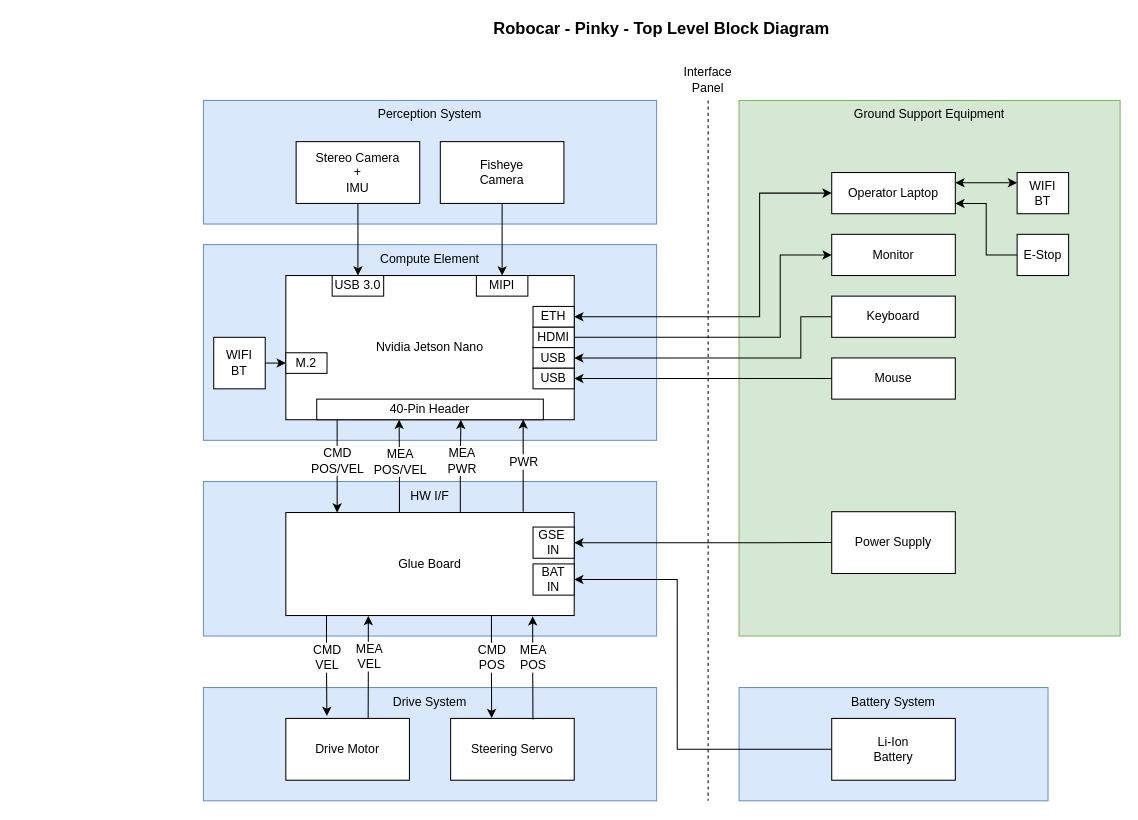
Above: Design/System Block Diagram/Pinky - Top Level.drawio.xml in arkorobotics/robocar-pinky (draw.io), before the change. Source tidied: cells renumbered, new cells numbered last; positions are measured from the earlier drawing's top-left corner, leaving out a move shared by most shapes. Both pictures are drawn from the tidied source at 103%, with x=0, y=0 at pixel (203, 18).
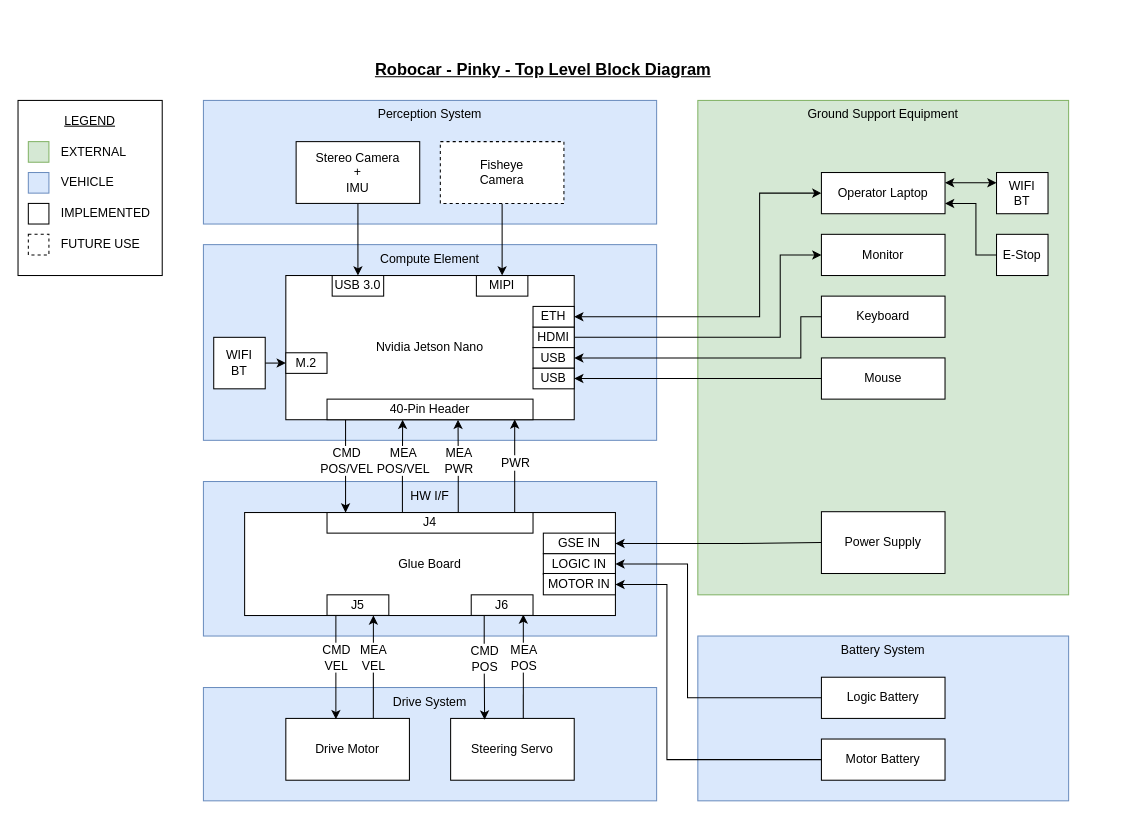
Above is the later version.

The change refers to these unchanged cells:
```xml
<mxCell id="17" value="Drive Motor" style="rounded=0;whiteSpace=wrap;html=1;align=center;" parent="1" vertex="1">
  <mxGeometry x="80" y="680" width="120" height="60" as="geometry" />
</mxCell>
<mxCell id="18" value="Steering Servo" style="rounded=0;whiteSpace=wrap;html=1;align=center;" parent="1" vertex="1">
  <mxGeometry x="240" y="680" width="120" height="60" as="geometry" />
</mxCell>
```

What changed in the source:
```diff
@@
+    <mxCell id="63" style="rounded=0;whiteSpace=wrap;html=1;align=center;" parent="1" vertex="1">
+      <mxGeometry x="-180" y="80" width="140" height="170" as="geometry" />
+    </mxCell>
@@
     <mxCell id="6" value="Ground Support Equipment" style="rounded=0;whiteSpace=wrap;html=1;fillColor=#d5e8d4;strokeColor=#82b366;verticalAlign=top;" parent="1" vertex="1">
-      <mxGeometry x="520" y="80" width="370" height="520" as="geometry" />
+      <mxGeometry x="480" y="80" width="360" height="480" as="geometry" />
     </mxCell>
@@
-    <mxCell id="10" value="Fisheye&lt;br&gt;Camera" style="rounded=0;whiteSpace=wrap;html=1;align=center;" parent="1" vertex="1">
+    <mxCell id="10" value="Fisheye&lt;br&gt;Camera" style="rounded=0;whiteSpace=wrap;html=1;align=center;dashed=1;" parent="1" vertex="1">
       <mxGeometry x="230" y="120" width="120" height="60" as="geometry" />
     </mxCell>
-    <mxCell id="11" style="edgeStyle=orthogonalEdgeStyle;rounded=0;jettySize=auto;html=1;exitX=0.09;exitY=0.99;exitDx=0;exitDy=0;entryX=0.178;entryY=0.001;entryDx=0;entryDy=0;exitPerimeter=0;entryPerimeter=0;" parent="1" edge="1" source="33" target="16">
+    <mxCell id="11" style="edgeStyle=orthogonalEdgeStyle;rounded=0;jettySize=auto;html=1;exitX=0.09;exitY=0.99;exitDx=0;exitDy=0;entryX=0.09;entryY=0.005;entryDx=0;entryDy=0;exitPerimeter=0;entryPerimeter=0;" parent="1" edge="1" source="33" target="66">
       <mxGeometry relative="1" as="geometry" />
     </mxCell>
@@
-    <mxCell id="14" style="edgeStyle=orthogonalEdgeStyle;rounded=0;jettySize=auto;html=1;exitX=0.394;exitY=0.003;exitDx=0;exitDy=0;exitPerimeter=0;" parent="1" edge="1" source="16">
-      <mxGeometry relative="1" as="geometry">
-        <mxPoint x="190" y="390" as="targetPoint" />
-      </mxGeometry>
+    <mxCell id="14" style="edgeStyle=orthogonalEdgeStyle;rounded=0;jettySize=auto;html=1;exitX=0.366;exitY=-0.02;exitDx=0;exitDy=0;exitPerimeter=0;entryX=0.367;entryY=1;entryDx=0;entryDy=0;entryPerimeter=0;" parent="1" edge="1" source="66" target="33">
+      <mxGeometry relative="1" as="geometry" />
     </mxCell>
@@
     <mxCell id="16" value="Glue Board" style="rounded=0;whiteSpace=wrap;html=1;align=center;" parent="1" vertex="1">
-      <mxGeometry x="80" y="480.1" width="280" height="100" as="geometry" />
+      <mxGeometry x="40" y="480.1" width="360" height="100" as="geometry" />
     </mxCell>
@@
-    <mxCell id="19" style="edgeStyle=orthogonalEdgeStyle;rounded=0;jettySize=auto;html=1;entryX=0.332;entryY=-0.005;entryDx=0;entryDy=0;startArrow=none;startFill=0;entryPerimeter=0;exitX=0.713;exitY=0.996;exitDx=0;exitDy=0;exitPerimeter=0;" parent="1" edge="1" source="16" target="18">
+    <mxCell id="19" style="edgeStyle=orthogonalEdgeStyle;rounded=0;jettySize=auto;html=1;entryX=0.275;entryY=0.02;entryDx=0;entryDy=0;startArrow=none;startFill=0;entryPerimeter=0;exitX=0.21;exitY=1;exitDx=0;exitDy=0;exitPerimeter=0;" parent="1" edge="1" source="68" target="18">
       <mxGeometry relative="1" as="geometry" />
     </mxCell>
@@
-    <mxCell id="21" style="edgeStyle=orthogonalEdgeStyle;rounded=0;jettySize=auto;html=1;exitX=0.856;exitY=1.007;exitDx=0;exitDy=0;entryX=0.666;entryY=0.018;entryDx=0;entryDy=0;startArrow=classic;startFill=1;exitPerimeter=0;endArrow=none;endFill=0;entryPerimeter=0;" parent="1" edge="1" source="16" target="18">
+    <mxCell id="21" style="edgeStyle=orthogonalEdgeStyle;rounded=0;jettySize=auto;html=1;exitX=0.843;exitY=0.96;exitDx=0;exitDy=0;entryX=0.588;entryY=0;entryDx=0;entryDy=0;startArrow=classic;startFill=1;endArrow=none;endFill=0;entryPerimeter=0;exitPerimeter=0;" parent="1" edge="1" source="68" target="18">
       <mxGeometry relative="1" as="geometry" />
     </mxCell>
     <mxCell id="22" value="MEA&lt;br&gt;POS" style="text;html=1;align=center;verticalAlign=middle;labelBackgroundColor=#ffffff;" parent="21" vertex="1">
       <mxGeometry x="-0.25" y="2" relative="1" as="geometry">
-        <mxPoint x="-2" y="1.8" as="offset" />
+        <mxPoint x="-2" y="3.2" as="offset" />
       </mxGeometry>
     </mxCell>
-    <mxCell id="23" style="edgeStyle=orthogonalEdgeStyle;rounded=0;jettySize=auto;html=1;entryX=0.332;entryY=-0.04;entryDx=0;entryDy=0;startArrow=none;startFill=0;entryPerimeter=0;exitX=0.141;exitY=0.998;exitDx=0;exitDy=0;exitPerimeter=0;" parent="1" edge="1" source="16" target="17">
+    <mxCell id="23" style="edgeStyle=orthogonalEdgeStyle;rounded=0;jettySize=auto;html=1;entryX=0.405;entryY=0.013;entryDx=0;entryDy=0;startArrow=none;startFill=0;entryPerimeter=0;exitX=0.143;exitY=0.96;exitDx=0;exitDy=0;exitPerimeter=0;" parent="1" edge="1" source="67" target="17">
       <mxGeometry relative="1" as="geometry" />
     </mxCell>
     <mxCell id="24" value="CMD&lt;br&gt;VEL" style="text;html=1;align=center;verticalAlign=middle;labelBackgroundColor=#ffffff;" parent="23" vertex="1">
       <mxGeometry x="-0.22" y="-3" relative="1" as="geometry">
-        <mxPoint x="3" y="2.1" as="offset" />
+        <mxPoint x="3" y="1.2" as="offset" />
       </mxGeometry>
     </mxCell>
-    <mxCell id="25" style="edgeStyle=orthogonalEdgeStyle;rounded=0;jettySize=auto;html=1;entryX=0.666;entryY=0.004;entryDx=0;entryDy=0;startArrow=classic;startFill=1;endArrow=none;endFill=0;exitX=0.286;exitY=1.004;exitDx=0;exitDy=0;exitPerimeter=0;entryPerimeter=0;" parent="1" edge="1" source="16" target="17">
+    <mxCell id="25" style="edgeStyle=orthogonalEdgeStyle;rounded=0;jettySize=auto;html=1;entryX=0.708;entryY=-0.007;entryDx=0;entryDy=0;startArrow=classic;startFill=1;endArrow=none;endFill=0;exitX=0.75;exitY=1;exitDx=0;exitDy=0;entryPerimeter=0;" parent="1" edge="1" source="67" target="17">
       <mxGeometry relative="1" as="geometry" />
     </mxCell>
     <mxCell id="26" value="MEA&lt;br&gt;VEL" style="text;html=1;align=center;verticalAlign=middle;labelBackgroundColor=#ffffff;" parent="25" vertex="1">
       <mxGeometry x="-0.25" y="2" relative="1" as="geometry">
-        <mxPoint x="-2" y="2.4" as="offset" />
+        <mxPoint x="-2" y="3.2" as="offset" />
       </mxGeometry>
     </mxCell>
-    <mxCell id="27" style="edgeStyle=orthogonalEdgeStyle;rounded=0;jettySize=auto;html=1;exitX=0.823;exitY=-0.007;exitDx=0;exitDy=0;entryX=0.911;entryY=0.983;entryDx=0;entryDy=0;entryPerimeter=0;exitPerimeter=0;" parent="1" edge="1" source="16" target="33">
+    <mxCell id="27" style="edgeStyle=orthogonalEdgeStyle;rounded=0;jettySize=auto;html=1;exitX=0.911;exitY=0.036;exitDx=0;exitDy=0;entryX=0.911;entryY=0.983;entryDx=0;entryDy=0;entryPerimeter=0;exitPerimeter=0;" parent="1" edge="1" source="66" target="33">
       <mxGeometry relative="1" as="geometry" />
     </mxCell>
@@
-    <mxCell id="31" style="edgeStyle=orthogonalEdgeStyle;rounded=0;jettySize=auto;html=1;entryX=0.636;entryY=1;entryDx=0;entryDy=0;entryPerimeter=0;exitX=0.605;exitY=-0.004;exitDx=0;exitDy=0;exitPerimeter=0;" parent="1" edge="1" source="16" target="33">
+    <mxCell id="31" style="edgeStyle=orthogonalEdgeStyle;rounded=0;jettySize=auto;html=1;entryX=0.636;entryY=1;entryDx=0;entryDy=0;entryPerimeter=0;exitX=0.637;exitY=-0.024;exitDx=0;exitDy=0;exitPerimeter=0;" parent="1" edge="1" source="66" target="33">
       <mxGeometry relative="1" as="geometry" />
     </mxCell>
@@
     <mxCell id="33" value="40-Pin Header" style="rounded=0;whiteSpace=wrap;html=1;" parent="1" vertex="1">
-      <mxGeometry x="110" y="370" width="220" height="20" as="geometry" />
+      <mxGeometry x="120" y="370" width="200" height="20" as="geometry" />
     </mxCell>
-    <mxCell id="34" value="GSE&amp;nbsp;&lt;br&gt;IN" style="rounded=0;whiteSpace=wrap;html=1;" parent="1" vertex="1">
-      <mxGeometry x="320" y="494.2" width="40" height="30.3" as="geometry" />
-    </mxCell>
     <mxCell id="35" value="Monitor" style="rounded=0;whiteSpace=wrap;html=1;align=center;" parent="1" vertex="1">
-      <mxGeometry x="610" y="210" width="120" height="40" as="geometry" />
+      <mxGeometry x="600" y="210" width="120" height="40" as="geometry" />
     </mxCell>
     <mxCell id="36" value="Keyboard" style="rounded=0;whiteSpace=wrap;html=1;align=center;" parent="1" vertex="1">
-      <mxGeometry x="610" y="270" width="120" height="40" as="geometry" />
+      <mxGeometry x="600" y="270" width="120" height="40" as="geometry" />
     </mxCell>
     <mxCell id="37" value="Mouse" style="rounded=0;whiteSpace=wrap;html=1;align=center;" parent="1" vertex="1">
-      <mxGeometry x="610" y="330" width="120" height="40" as="geometry" />
+      <mxGeometry x="600" y="330" width="120" height="40" as="geometry" />
     </mxCell>
@@
     <mxCell id="44" value="Power Supply" style="rounded=0;whiteSpace=wrap;html=1;align=center;" parent="1" vertex="1">
-      <mxGeometry x="610" y="479.3" width="120" height="60" as="geometry" />
+      <mxGeometry x="600" y="479.3" width="120" height="60" as="geometry" />
     </mxCell>
     <mxCell id="45" style="edgeStyle=orthogonalEdgeStyle;rounded=0;jettySize=auto;html=1;exitX=1;exitY=0.5;exitDx=0;exitDy=0;entryX=0;entryY=0.5;entryDx=0;entryDy=0;startArrow=classic;startFill=1;endArrow=none;endFill=0;" parent="1" edge="1" source="34" target="44">
       <mxGeometry relative="1" as="geometry">
         <Array as="points">
           <mxPoint x="520" y="509" />
-          <mxPoint x="520" y="509" />
         </Array>
       </mxGeometry>
     </mxCell>
     <mxCell id="46" value="Battery System" style="rounded=0;whiteSpace=wrap;html=1;fillColor=#dae8fc;strokeColor=#6c8ebf;verticalAlign=top;align=center;" parent="1" vertex="1">
-      <mxGeometry x="520" y="650" width="300" height="110" as="geometry" />
+      <mxGeometry x="480" y="600" width="360" height="160" as="geometry" />
     </mxCell>
-    <mxCell id="47" value="Li-Ion&lt;br&gt;Battery" style="rounded=0;whiteSpace=wrap;html=1;align=center;" parent="1" vertex="1">
-      <mxGeometry x="610" y="680" width="120" height="60" as="geometry" />
+    <mxCell id="47" value="Logic Battery" style="rounded=0;whiteSpace=wrap;html=1;align=center;" parent="1" vertex="1">
+      <mxGeometry x="600" y="640" width="120" height="40" as="geometry" />
     </mxCell>
-    <mxCell id="48" value="BAT&lt;br&gt;IN" style="rounded=0;whiteSpace=wrap;html=1;" parent="1" vertex="1">
-      <mxGeometry x="320" y="530" width="40" height="30.3" as="geometry" />
-    </mxCell>
-    <mxCell id="49" style="edgeStyle=orthogonalEdgeStyle;rounded=0;jettySize=auto;html=1;exitX=1;exitY=0.5;exitDx=0;exitDy=0;entryX=0;entryY=0.5;entryDx=0;entryDy=0;startArrow=classic;startFill=1;endArrow=none;endFill=0;" parent="1" edge="1" source="48" target="47">
+    <mxCell id="49" style="edgeStyle=orthogonalEdgeStyle;rounded=0;jettySize=auto;html=1;exitX=1;exitY=0.5;exitDx=0;exitDy=0;entryX=0;entryY=0.5;entryDx=0;entryDy=0;startArrow=classic;startFill=1;endArrow=none;endFill=0;" parent="1" edge="1" source="16" target="47">
       <mxGeometry relative="1" as="geometry">
         <Array as="points">
-          <mxPoint x="460" y="545" />
-          <mxPoint x="460" y="710" />
+          <mxPoint x="470" y="530" />
+          <mxPoint x="470" y="660" />
         </Array>
       </mxGeometry>
     </mxCell>
-    <mxCell id="50" style="endArrow=none;dashed=1;html=1;" parent="1" edge="1">
-      <mxGeometry relative="1" as="geometry">
-        <mxPoint x="490" y="80" as="sourcePoint" />
-        <mxPoint x="490" y="760" as="targetPoint" />
-      </mxGeometry>
-    </mxCell>
-    <mxCell id="51" value="Interface Panel" style="text;html=1;strokeColor=none;fillColor=none;align=center;verticalAlign=middle;whiteSpace=wrap;rounded=0;" parent="1" vertex="1">
-      <mxGeometry x="469.5" y="50" width="40" height="20" as="geometry" />
-    </mxCell>
-    <mxCell id="52" value="Robocar - Pinky - Top Level Block Diagram" style="text;html=1;strokeColor=none;fillColor=none;align=center;verticalAlign=middle;whiteSpace=wrap;rounded=0;fontStyle=1;fontSize=16;" parent="1" vertex="1">
-      <mxGeometry width="890" height="20" as="geometry" />
+    <mxCell id="52" value="Robocar - Pinky - Top Level Block Diagram" style="text;html=1;strokeColor=none;fillColor=none;align=center;verticalAlign=middle;whiteSpace=wrap;rounded=0;fontStyle=5;fontSize=16;" parent="1" vertex="1">
+      <mxGeometry x="-180" y="40" width="1020" height="20" as="geometry" />
     </mxCell>
@@
     <mxCell id="58" style="edgeStyle=orthogonalEdgeStyle;rounded=0;jettySize=auto;html=1;exitX=1;exitY=0.75;exitDx=0;exitDy=0;entryX=0;entryY=0.5;entryDx=0;entryDy=0;startArrow=classic;startFill=1;endArrow=none;endFill=0;fontSize=16;" parent="1" edge="1" source="59" target="62">
       <mxGeometry relative="1" as="geometry">
         <Array as="points">
-          <mxPoint x="760" y="180" />
-          <mxPoint x="760" y="230" />
+          <mxPoint x="750" y="180" />
+          <mxPoint x="750" y="230" />
         </Array>
       </mxGeometry>
     </mxCell>
     <mxCell id="59" value="Operator Laptop" style="rounded=0;whiteSpace=wrap;html=1;align=center;" parent="1" vertex="1">
-      <mxGeometry x="610" y="150" width="120" height="40" as="geometry" />
+      <mxGeometry x="600" y="150" width="120" height="40" as="geometry" />
     </mxCell>
@@
     <mxCell id="61" value="WIFI&lt;br&gt;BT" style="rounded=0;whiteSpace=wrap;html=1;" parent="1" vertex="1">
-      <mxGeometry x="790" y="150" width="50" height="40" as="geometry" />
+      <mxGeometry x="770" y="150" width="50" height="40" as="geometry" />
     </mxCell>
     <mxCell id="62" value="E-Stop" style="rounded=0;whiteSpace=wrap;html=1;align=center;" parent="1" vertex="1">
-      <mxGeometry x="790" y="210" width="50" height="40" as="geometry" />
+      <mxGeometry x="770" y="210" width="50" height="40" as="geometry" />
     </mxCell>
+    <mxCell id="64" value="Motor Battery" style="rounded=0;whiteSpace=wrap;html=1;align=center;" parent="1" vertex="1">
+      <mxGeometry x="600" y="700" width="120" height="40" as="geometry" />
+    </mxCell>
+    <mxCell id="65" style="edgeStyle=orthogonalEdgeStyle;rounded=0;jettySize=auto;html=1;exitX=1;exitY=0.699;exitDx=0;exitDy=0;entryX=0;entryY=0.5;entryDx=0;entryDy=0;startArrow=classic;startFill=1;endArrow=none;endFill=0;exitPerimeter=0;" parent="1" edge="1" source="16" target="64">
+      <mxGeometry relative="1" as="geometry">
+        <Array as="points">
+          <mxPoint x="450" y="550" />
+          <mxPoint x="450" y="720" />
+        </Array>
+      </mxGeometry>
+    </mxCell>
+    <mxCell id="66" value="J4" style="rounded=0;whiteSpace=wrap;html=1;" parent="1" vertex="1">
+      <mxGeometry x="120" y="480.1" width="200" height="20" as="geometry" />
+    </mxCell>
+    <mxCell id="67" value="J5" style="rounded=0;whiteSpace=wrap;html=1;" parent="1" vertex="1">
+      <mxGeometry x="120" y="560" width="60" height="20" as="geometry" />
+    </mxCell>
+    <mxCell id="68" value="J6" style="rounded=0;whiteSpace=wrap;html=1;" parent="1" vertex="1">
+      <mxGeometry x="260" y="560" width="60" height="20" as="geometry" />
+    </mxCell>
+    <mxCell id="34" value="GSE IN" style="rounded=0;whiteSpace=wrap;html=1;" parent="1" vertex="1">
+      <mxGeometry x="330" y="500.1" width="70" height="20" as="geometry" />
+    </mxCell>
+    <mxCell id="69" value="LOGIC IN" style="rounded=0;whiteSpace=wrap;html=1;" parent="1" vertex="1">
+      <mxGeometry x="330" y="520.1" width="70" height="20" as="geometry" />
+    </mxCell>
+    <mxCell id="70" value="MOTOR IN" style="rounded=0;whiteSpace=wrap;html=1;" parent="1" vertex="1">
+      <mxGeometry x="330" y="539.3" width="70" height="20.7" as="geometry" />
+    </mxCell>
+    <mxCell id="71" style="rounded=0;whiteSpace=wrap;html=1;fillColor=#d5e8d4;strokeColor=#82b366;verticalAlign=top;" parent="1" vertex="1">
+      <mxGeometry x="-170" y="120" width="20" height="20" as="geometry" />
+    </mxCell>
+    <mxCell id="72" value="EXTERNAL" style="text;html=1;strokeColor=none;fillColor=none;align=left;verticalAlign=middle;whiteSpace=wrap;rounded=0;dashed=1;" parent="1" vertex="1">
+      <mxGeometry x="-140" y="120" width="80" height="20" as="geometry" />
+    </mxCell>
+    <mxCell id="73" style="rounded=0;whiteSpace=wrap;html=1;fillColor=#dae8fc;strokeColor=#6c8ebf;verticalAlign=top;" parent="1" vertex="1">
+      <mxGeometry x="-170" y="150" width="20" height="20" as="geometry" />
+    </mxCell>
+    <mxCell id="74" value="VEHICLE" style="text;html=1;strokeColor=none;fillColor=none;align=left;verticalAlign=middle;whiteSpace=wrap;rounded=0;dashed=1;" parent="1" vertex="1">
+      <mxGeometry x="-140" y="150" width="80" height="20" as="geometry" />
+    </mxCell>
+    <mxCell id="75" value="LEGEND" style="text;html=1;strokeColor=none;fillColor=none;align=center;verticalAlign=middle;whiteSpace=wrap;rounded=0;dashed=1;fontStyle=4;" parent="1" vertex="1">
+      <mxGeometry x="-180" y="90" width="140" height="20" as="geometry" />
+    </mxCell>
+    <mxCell id="76" style="rounded=0;whiteSpace=wrap;html=1;verticalAlign=top;" parent="1" vertex="1">
+      <mxGeometry x="-170" y="180" width="20" height="20" as="geometry" />
+    </mxCell>
+    <mxCell id="77" value="IMPLEMENTED" style="text;html=1;strokeColor=none;fillColor=none;align=left;verticalAlign=middle;whiteSpace=wrap;rounded=0;dashed=1;" parent="1" vertex="1">
+      <mxGeometry x="-140" y="180" width="80" height="20" as="geometry" />
+    </mxCell>
+    <mxCell id="78" style="rounded=0;whiteSpace=wrap;html=1;verticalAlign=top;dashed=1;" parent="1" vertex="1">
+      <mxGeometry x="-170" y="210" width="20" height="20" as="geometry" />
+    </mxCell>
+    <mxCell id="79" value="FUTURE USE" style="text;html=1;strokeColor=none;fillColor=none;align=left;verticalAlign=middle;whiteSpace=wrap;rounded=0;dashed=1;" parent="1" vertex="1">
+      <mxGeometry x="-140" y="210" width="90" height="20" as="geometry" />
+    </mxCell>
```
